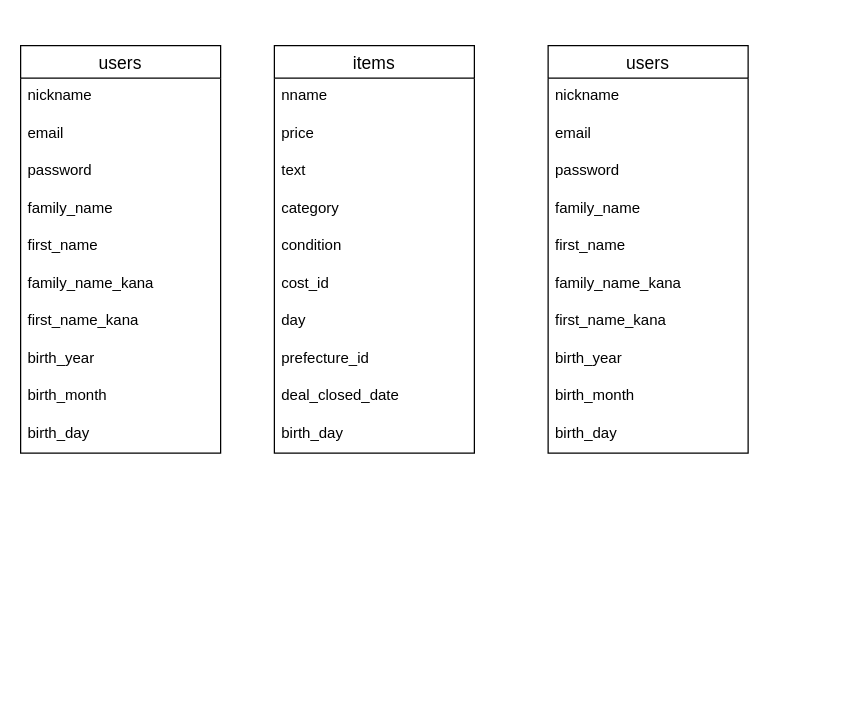
This is furima.dio from yamaguchi-yukako/furima-30958, a draw.io file, before an edit. Source tidied: cells renumbered, new cells numbered last; positions are measured from the earlier drawing's top-left corner, leaving out a move shared by most shapes. Both pictures are drawn from the tidied source at 125%, with x=0, y=0 at pixel (20, 45).
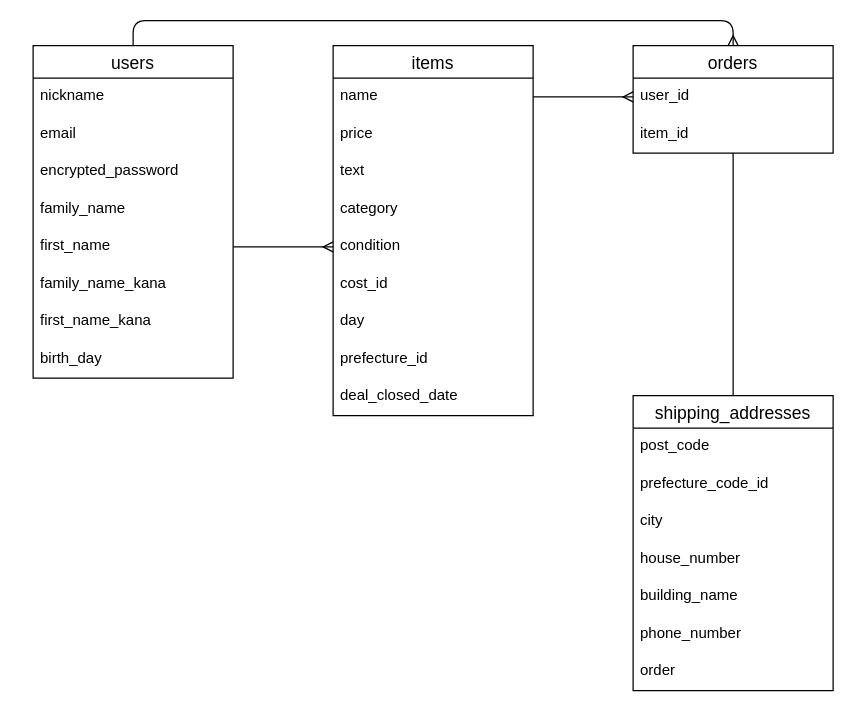
After the change.

Commit message (it also covers changes not shown here):
コードレビュー２回目

The change refers to these unchanged cells:
```xml
<mxCell id="7" value="first_name" style="text;strokeColor=none;fillColor=none;spacingLeft=4;spacingRight=4;overflow=hidden;points=[[0,0.5],[1,0.5]];portConstraint=eastwest;fontSize=12;" parent="2" vertex="1">
  <mxGeometry y="146" width="160" height="30" as="geometry" />
</mxCell>
<mxCell id="18" value="condition" style="text;strokeColor=none;fillColor=none;spacingLeft=4;spacingRight=4;overflow=hidden;points=[[0,0.5],[1,0.5]];portConstraint=eastwest;fontSize=12;" parent="13" vertex="1">
  <mxGeometry y="146" width="160" height="30" as="geometry" />
</mxCell>
```

The edit, as a diff of the source:
```diff
@@
+    <mxCell id="35" style="edgeStyle=orthogonalEdgeStyle;curved=0;rounded=1;sketch=0;jettySize=auto;html=1;exitX=0.5;exitY=0;exitDx=0;exitDy=0;entryX=0.5;entryY=0;entryDx=0;entryDy=0;endArrow=ERmany;endFill=0;" parent="1" edge="1" source="2" target="37">
+      <mxGeometry relative="1" as="geometry" />
+    </mxCell>
     <mxCell id="2" value="users" style="swimlane;fontStyle=0;horizontal=1;startSize=26;align=center;fontSize=14;" parent="1" vertex="1">
-      <mxGeometry width="160" height="326" as="geometry" />
+      <mxGeometry x="10" width="160" height="266" as="geometry" />
     </mxCell>
@@
-    <mxCell id="5" value="password" style="text;strokeColor=none;fillColor=none;spacingLeft=4;spacingRight=4;overflow=hidden;fontSize=12;" parent="2" vertex="1">
+    <mxCell id="5" value="encrypted_password" style="text;strokeColor=none;fillColor=none;spacingLeft=4;spacingRight=4;overflow=hidden;fontSize=12;" parent="2" vertex="1">
       <mxGeometry y="86" width="160" height="30" as="geometry" />
     </mxCell>
@@
-    <mxCell id="10" value="birth_year" style="text;strokeColor=none;fillColor=none;spacingLeft=4;spacingRight=4;overflow=hidden;fontSize=12;" parent="2" vertex="1">
-      <mxGeometry y="236" width="160" height="30" as="geometry" />
-    </mxCell>
-    <mxCell id="11" value="birth_month" style="text;strokeColor=none;fillColor=none;spacingLeft=4;spacingRight=4;overflow=hidden;fontSize=12;" parent="2" vertex="1">
-      <mxGeometry y="266" width="160" height="30" as="geometry" />
-    </mxCell>
     <mxCell id="12" value="birth_day" style="text;strokeColor=none;fillColor=none;spacingLeft=4;spacingRight=4;overflow=hidden;fontSize=12;" parent="2" vertex="1">
-      <mxGeometry y="296" width="160" height="30" as="geometry" />
+      <mxGeometry y="236" width="160" height="30" as="geometry" />
     </mxCell>
     <mxCell id="13" value="items" style="swimlane;fontStyle=0;horizontal=1;startSize=26;align=center;fontSize=14;" parent="1" vertex="1">
-      <mxGeometry x="203" width="160" height="326" as="geometry" />
+      <mxGeometry x="250" width="160" height="296" as="geometry" />
     </mxCell>
-    <mxCell id="14" value="nname" style="text;strokeColor=none;fillColor=none;spacingLeft=4;spacingRight=4;overflow=hidden;points=[[0,0.5],[1,0.5]];portConstraint=eastwest;fontSize=12;" parent="13" vertex="1">
+    <mxCell id="14" value="name" style="text;strokeColor=none;fillColor=none;spacingLeft=4;spacingRight=4;overflow=hidden;points=[[0,0.5],[1,0.5]];portConstraint=eastwest;fontSize=12;" parent="13" vertex="1">
       <mxGeometry y="26" width="160" height="30" as="geometry" />
     </mxCell>
@@
-    <mxCell id="23" value="birth_day" style="text;strokeColor=none;fillColor=none;spacingLeft=4;spacingRight=4;overflow=hidden;fontSize=12;" parent="13" vertex="1">
-      <mxGeometry y="296" width="160" height="30" as="geometry" />
-    </mxCell>
-    <mxCell id="24" value="users" style="swimlane;fontStyle=0;horizontal=1;startSize=26;align=center;fontSize=14;" parent="1" vertex="1">
-      <mxGeometry x="422" width="160" height="326" as="geometry" />
+    <mxCell id="24" value="shipping_addresses" style="swimlane;fontStyle=0;horizontal=1;startSize=26;align=center;fontSize=14;" parent="1" vertex="1">
+      <mxGeometry x="490" y="280" width="160" height="236" as="geometry" />
     </mxCell>
-    <mxCell id="25" value="nickname" style="text;strokeColor=none;fillColor=none;spacingLeft=4;spacingRight=4;overflow=hidden;fontSize=12;" parent="24" vertex="1">
+    <mxCell id="25" value="post_code" style="text;strokeColor=none;fillColor=none;spacingLeft=4;spacingRight=4;overflow=hidden;fontSize=12;" parent="24" vertex="1">
       <mxGeometry y="26" width="160" height="30" as="geometry" />
     </mxCell>
-    <mxCell id="26" value="email" style="text;strokeColor=none;fillColor=none;spacingLeft=4;spacingRight=4;overflow=hidden;fontSize=12;" parent="24" vertex="1">
+    <mxCell id="26" value="prefecture_code_id" style="text;strokeColor=none;fillColor=none;spacingLeft=4;spacingRight=4;overflow=hidden;fontSize=12;" parent="24" vertex="1">
       <mxGeometry y="56" width="160" height="30" as="geometry" />
     </mxCell>
-    <mxCell id="27" value="password" style="text;strokeColor=none;fillColor=none;spacingLeft=4;spacingRight=4;overflow=hidden;fontSize=12;" parent="24" vertex="1">
+    <mxCell id="27" value="city" style="text;strokeColor=none;fillColor=none;spacingLeft=4;spacingRight=4;overflow=hidden;fontSize=12;" parent="24" vertex="1">
       <mxGeometry y="86" width="160" height="30" as="geometry" />
     </mxCell>
-    <mxCell id="28" value="family_name" style="text;strokeColor=none;fillColor=none;spacingLeft=4;spacingRight=4;overflow=hidden;fontSize=12;" parent="24" vertex="1">
+    <mxCell id="28" value="house_number" style="text;strokeColor=none;fillColor=none;spacingLeft=4;spacingRight=4;overflow=hidden;fontSize=12;" parent="24" vertex="1">
       <mxGeometry y="116" width="160" height="30" as="geometry" />
     </mxCell>
-    <mxCell id="29" value="first_name" style="text;strokeColor=none;fillColor=none;spacingLeft=4;spacingRight=4;overflow=hidden;fontSize=12;" parent="24" vertex="1">
+    <mxCell id="29" value="building_name" style="text;strokeColor=none;fillColor=none;spacingLeft=4;spacingRight=4;overflow=hidden;fontSize=12;" parent="24" vertex="1">
       <mxGeometry y="146" width="160" height="30" as="geometry" />
     </mxCell>
-    <mxCell id="30" value="family_name_kana" style="text;strokeColor=none;fillColor=none;spacingLeft=4;spacingRight=4;overflow=hidden;fontSize=12;" parent="24" vertex="1">
+    <mxCell id="30" value="phone_number" style="text;strokeColor=none;fillColor=none;spacingLeft=4;spacingRight=4;overflow=hidden;fontSize=12;" parent="24" vertex="1">
       <mxGeometry y="176" width="160" height="30" as="geometry" />
     </mxCell>
-    <mxCell id="31" value="first_name_kana" style="text;strokeColor=none;fillColor=none;spacingLeft=4;spacingRight=4;overflow=hidden;fontSize=12;" parent="24" vertex="1">
+    <mxCell id="31" value="order" style="text;strokeColor=none;fillColor=none;spacingLeft=4;spacingRight=4;overflow=hidden;fontSize=12;" parent="24" vertex="1">
       <mxGeometry y="206" width="160" height="30" as="geometry" />
     </mxCell>
-    <mxCell id="32" value="birth_year" style="text;strokeColor=none;fillColor=none;spacingLeft=4;spacingRight=4;overflow=hidden;fontSize=12;" parent="24" vertex="1">
-      <mxGeometry y="236" width="160" height="30" as="geometry" />
-    </mxCell>
-    <mxCell id="33" value="birth_month" style="text;strokeColor=none;fillColor=none;spacingLeft=4;spacingRight=4;overflow=hidden;fontSize=12;" parent="24" vertex="1">
-      <mxGeometry y="266" width="160" height="30" as="geometry" />
-    </mxCell>
-    <mxCell id="34" value="birth_day" style="text;strokeColor=none;fillColor=none;spacingLeft=4;spacingRight=4;overflow=hidden;fontSize=12;" parent="24" vertex="1">
-      <mxGeometry y="296" width="160" height="30" as="geometry" />
-    </mxCell>
+    <mxCell id="36" style="edgeStyle=orthogonalEdgeStyle;curved=0;rounded=1;sketch=0;jettySize=auto;html=1;entryX=0.5;entryY=0;entryDx=0;entryDy=0;endArrow=none;endFill=0;" parent="1" edge="1" source="37" target="24">
+      <mxGeometry relative="1" as="geometry" />
+    </mxCell>
+    <mxCell id="37" value="orders" style="swimlane;fontStyle=0;horizontal=1;startSize=26;align=center;fontSize=14;" parent="1" vertex="1">
+      <mxGeometry x="490" width="160" height="86" as="geometry" />
+    </mxCell>
+    <mxCell id="38" value="user_id" style="text;strokeColor=none;fillColor=none;spacingLeft=4;spacingRight=4;overflow=hidden;points=[[0,0.5],[1,0.5]];portConstraint=eastwest;fontSize=12;" parent="37" vertex="1">
+      <mxGeometry y="26" width="160" height="30" as="geometry" />
+    </mxCell>
+    <mxCell id="39" value="item_id" style="text;strokeColor=none;fillColor=none;spacingLeft=4;spacingRight=4;overflow=hidden;fontSize=12;" parent="37" vertex="1">
+      <mxGeometry y="56" width="160" height="30" as="geometry" />
+    </mxCell>
+    <mxCell id="40" style="edgeStyle=orthogonalEdgeStyle;rounded=0;jettySize=auto;html=1;exitX=1;exitY=0.5;exitDx=0;exitDy=0;entryX=0;entryY=0.5;entryDx=0;entryDy=0;fontFamily=Helvetica;endArrow=ERmany;endFill=0;" parent="1" edge="1" source="7" target="18">
+      <mxGeometry relative="1" as="geometry" />
+    </mxCell>
+    <mxCell id="41" style="edgeStyle=orthogonalEdgeStyle;rounded=0;jettySize=auto;html=1;exitX=1;exitY=0.5;exitDx=0;exitDy=0;entryX=0;entryY=0.5;entryDx=0;entryDy=0;endArrow=ERmany;endFill=0;fontFamily=Helvetica;" parent="1" edge="1" source="14" target="38">
+      <mxGeometry relative="1" as="geometry" />
+    </mxCell>
```
